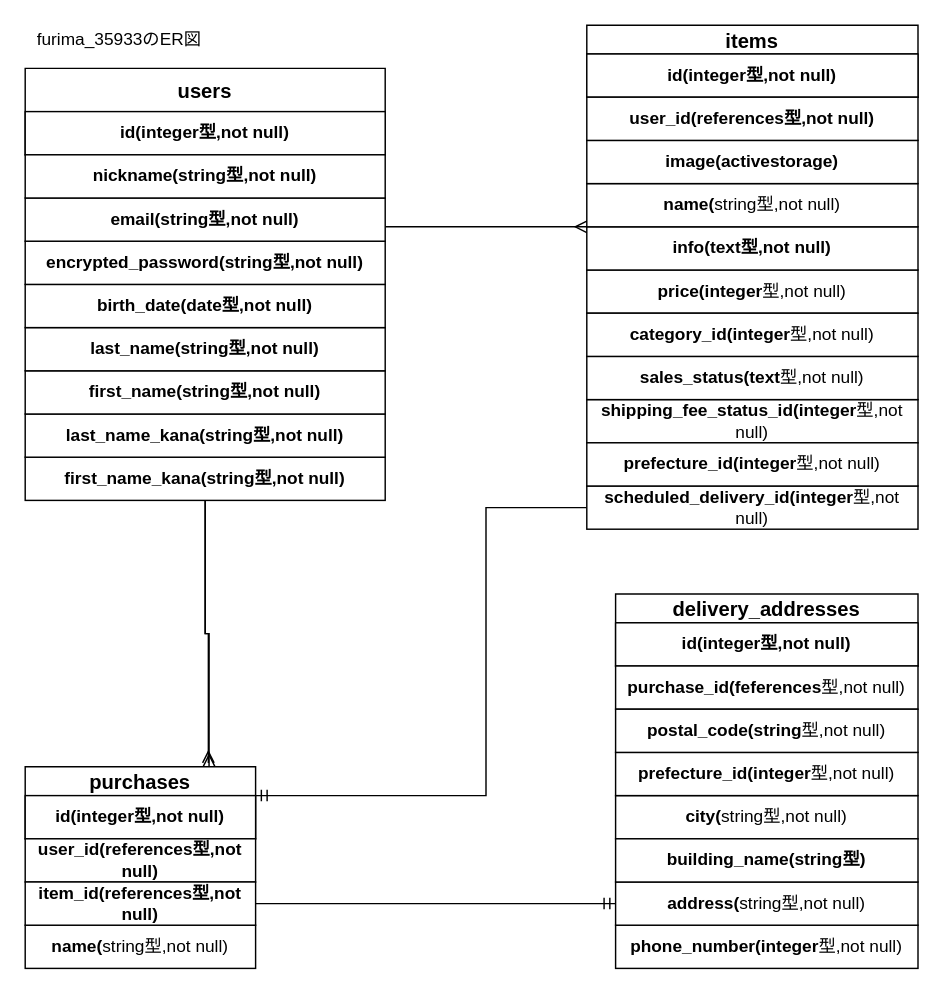
tubuyakisyun/furima-35933 keeps this draw.io diagram as test.dio. Above is the earlier version. Source tidied: cells renumbered, new cells numbered last; positions are measured from the earlier drawing's top-left corner, leaving out a move shared by most shapes. Both pictures are drawn from the tidied source at 144%, with x=0, y=0 at pixel (24, 24).
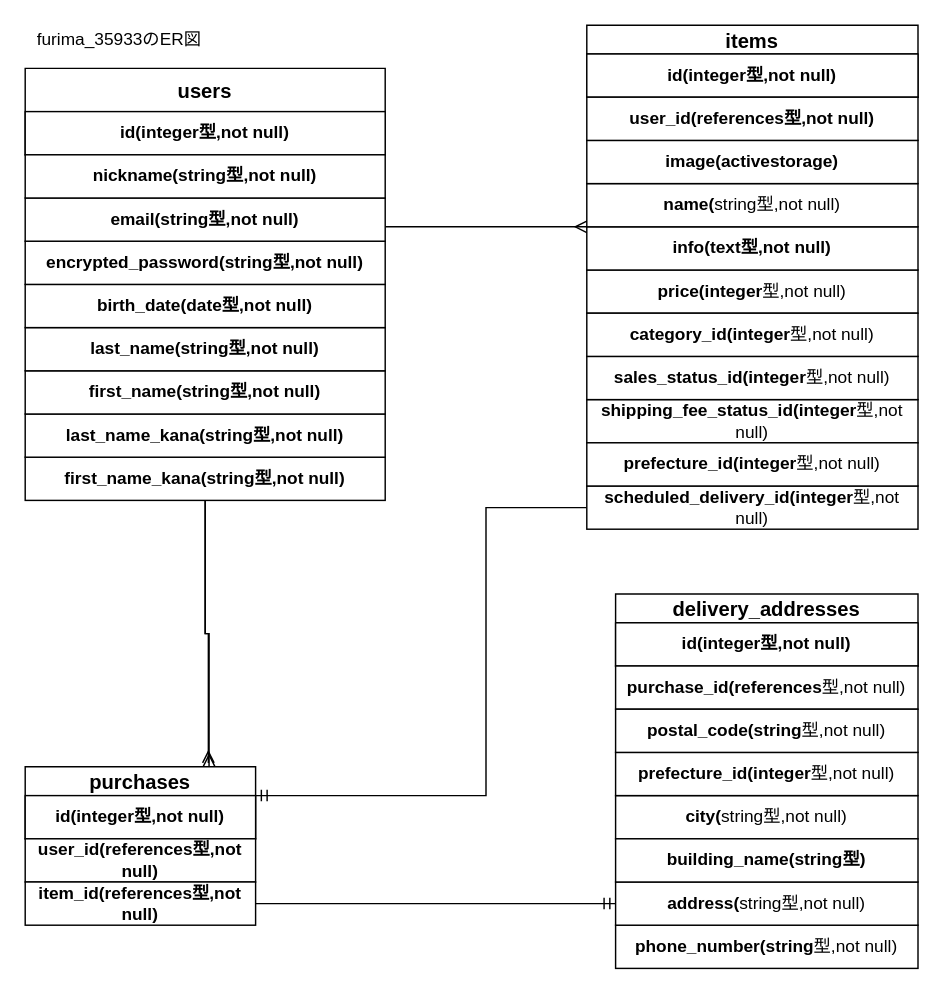
The same diagram, later.

Commit message (it also covers changes not shown here):
referencesのスペルミスを修正

Diff of the diagram source:
```diff
@@
-    <mxCell id="14" value="sales_status(text&lt;span style=&quot;font-weight: 400&quot;&gt;型,not null)&lt;/span&gt;" style="whiteSpace=wrap;html=1;rounded=0;shadow=0;align=center;fontStyle=1;" parent="1" vertex="1">
+    <mxCell id="14" value="sales_status_id(integer&lt;span style=&quot;font-weight: 400&quot;&gt;型,not null)&lt;/span&gt;" style="whiteSpace=wrap;html=1;rounded=0;shadow=0;align=center;fontStyle=1;" parent="1" vertex="1">
       <mxGeometry x="390" y="230" width="230" height="30" as="geometry" />
     </mxCell>
@@
-    <mxCell id="26" value="name(&lt;span style=&quot;font-weight: 400&quot;&gt;string型,not null)&lt;/span&gt;" style="whiteSpace=wrap;html=1;rounded=0;shadow=0;align=center;fontStyle=1;" parent="1" vertex="1">
-      <mxGeometry y="625" width="160" height="30" as="geometry" />
-    </mxCell>
@@
-    <mxCell id="34" value="purchase_id(feferences&lt;span style=&quot;font-weight: 400&quot;&gt;型,not null)&lt;/span&gt;" style="whiteSpace=wrap;html=1;rounded=0;shadow=0;align=center;fontStyle=1;" parent="1" vertex="1">
+    <mxCell id="34" value="purchase_id(references&lt;span style=&quot;font-weight: 400&quot;&gt;型,not null)&lt;/span&gt;" style="whiteSpace=wrap;html=1;rounded=0;shadow=0;align=center;fontStyle=1;" parent="1" vertex="1">
       <mxGeometry x="410" y="445" width="210" height="30" as="geometry" />
     </mxCell>
-    <mxCell id="35" value="phone_number(integer&lt;span style=&quot;font-weight: 400&quot;&gt;型,not null)&lt;/span&gt;" style="whiteSpace=wrap;html=1;rounded=0;shadow=0;align=center;fontStyle=1;" parent="1" vertex="1">
+    <mxCell id="35" value="phone_number(string&lt;span style=&quot;font-weight: 400&quot;&gt;型,not null)&lt;/span&gt;" style="whiteSpace=wrap;html=1;rounded=0;shadow=0;align=center;fontStyle=1;" parent="1" vertex="1">
       <mxGeometry x="410" y="625" width="210" height="30" as="geometry" />
     </mxCell>
```
